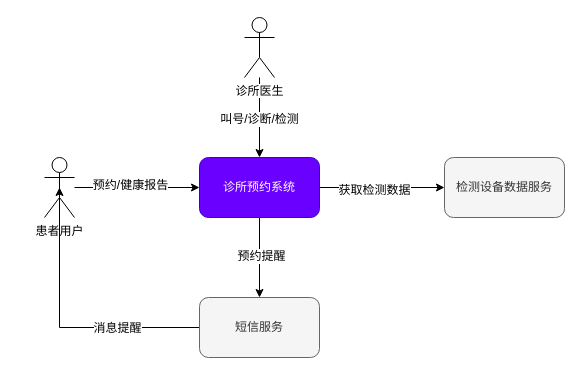
Earlier version of the draw.io diagram 未命名表单.drawio (zhaolic39/draws). Source tidied: cells renumbered, new cells numbered last; positions are measured from the earlier drawing's top-left corner, leaving out a move shared by most shapes. Both pictures are drawn from the tidied source at 100%, with x=0, y=0 at pixel (44, 17).
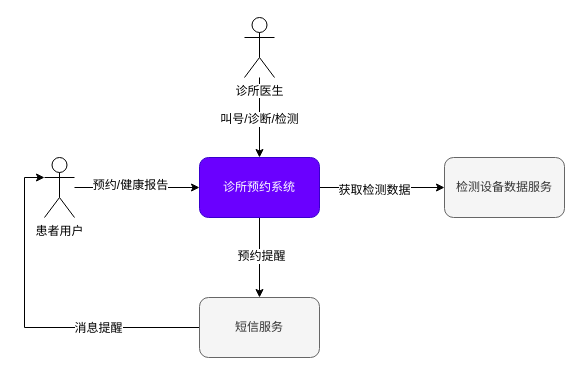
Above is the later version.

Commit message:
更新未命名表单.drawio

The edit, as a diff of the source:
```diff
@@
 <mxGraphModel>
   <root>
     <mxCell id="0" />
     <mxCell id="1" parent="0" />
     <mxCell id="2" style="edgeStyle=orthogonalEdgeStyle;rounded=0;jettySize=auto;html=1;entryX=0.5;entryY=0;entryDx=0;entryDy=0;" parent="1" edge="1" source="4" target="9">
       <mxGeometry relative="1" as="geometry" />
     </mxCell>
     <mxCell id="3" value="叫号/诊断/检测" style="text;html=1;align=center;verticalAlign=middle;labelBackgroundColor=#ffffff;" parent="2" vertex="1">
       <mxGeometry x="0.03" y="-1" relative="1" as="geometry" />
     </mxCell>
     <mxCell id="4" value="诊所医生" style="shape=umlActor;verticalLabelPosition=bottom;labelBackgroundColor=#ffffff;verticalAlign=top;html=1;" parent="1" vertex="1">
       <mxGeometry x="200" width="30" height="60" as="geometry" />
     </mxCell>
     <mxCell id="5" style="edgeStyle=orthogonalEdgeStyle;rounded=0;jettySize=auto;html=1;" parent="1" edge="1" source="9" target="13">
       <mxGeometry relative="1" as="geometry" />
     </mxCell>
     <mxCell id="6" value="获取检测数据" style="text;html=1;align=center;verticalAlign=middle;labelBackgroundColor=#ffffff;" parent="5" vertex="1">
       <mxGeometry x="-0.14" y="-2" relative="1" as="geometry" />
     </mxCell>
     <mxCell id="7" style="edgeStyle=orthogonalEdgeStyle;rounded=0;jettySize=auto;html=1;" parent="1" edge="1" source="9" target="16">
       <mxGeometry relative="1" as="geometry" />
     </mxCell>
     <mxCell id="8" value="预约提醒" style="text;html=1;align=center;verticalAlign=middle;labelBackgroundColor=#ffffff;" parent="7" vertex="1">
       <mxGeometry x="-0.06" y="1" relative="1" as="geometry" />
     </mxCell>
     <mxCell id="9" value="诊所预约系统" style="rounded=1;whiteSpace=wrap;html=1;fillColor=#6a00ff;strokeColor=#3700CC;fontColor=#ffffff;" parent="1" vertex="1">
       <mxGeometry x="155" y="140" width="120" height="60" as="geometry" />
     </mxCell>
     <mxCell id="10" style="edgeStyle=orthogonalEdgeStyle;rounded=0;jettySize=auto;html=1;entryX=0;entryY=0.5;entryDx=0;entryDy=0;" parent="1" edge="1" source="12" target="9">
       <mxGeometry relative="1" as="geometry" />
     </mxCell>
     <mxCell id="11" value="预约/健康报告" style="text;html=1;align=center;verticalAlign=middle;labelBackgroundColor=#ffffff;" parent="10" vertex="1">
       <mxGeometry y="9" relative="1" as="geometry">
         <mxPoint x="-8" y="6" as="offset" />
       </mxGeometry>
     </mxCell>
     <mxCell id="12" value="患者用户" style="shape=umlActor;verticalLabelPosition=bottom;labelBackgroundColor=#ffffff;verticalAlign=top;html=1;" parent="1" vertex="1">
       <mxGeometry y="140" width="30" height="60" as="geometry" />
     </mxCell>
     <mxCell id="13" value="检测设备数据服务" style="rounded=1;whiteSpace=wrap;html=1;fillColor=#f5f5f5;strokeColor=#666666;fontColor=#333333;" parent="1" vertex="1">
       <mxGeometry x="400" y="140" width="120" height="60" as="geometry" />
     </mxCell>
-    <mxCell id="14" style="edgeStyle=orthogonalEdgeStyle;rounded=0;jettySize=auto;html=1;entryX=0.5;entryY=0.5;entryDx=0;entryDy=0;entryPerimeter=0;" parent="1" edge="1" source="16" target="12">
+    <mxCell id="14" style="edgeStyle=orthogonalEdgeStyle;rounded=0;jettySize=auto;html=1;entryX=0;entryY=0.3333333333333333;entryDx=0;entryDy=0;entryPerimeter=0;" parent="1" edge="1" source="16" target="12">
       <mxGeometry relative="1" as="geometry" />
     </mxCell>
     <mxCell id="15" value="消息提醒" style="text;html=1;align=center;verticalAlign=middle;labelBackgroundColor=#ffffff;" parent="14" vertex="1">
       <mxGeometry x="-0.41" relative="1" as="geometry" />
     </mxCell>
     <mxCell id="16" value="短信服务" style="rounded=1;whiteSpace=wrap;html=1;fillColor=#f5f5f5;strokeColor=#666666;fontColor=#333333;" parent="1" vertex="1">
       <mxGeometry x="155" y="280" width="120" height="60" as="geometry" />
     </mxCell>
   </root>
 </mxGraphModel>
```
